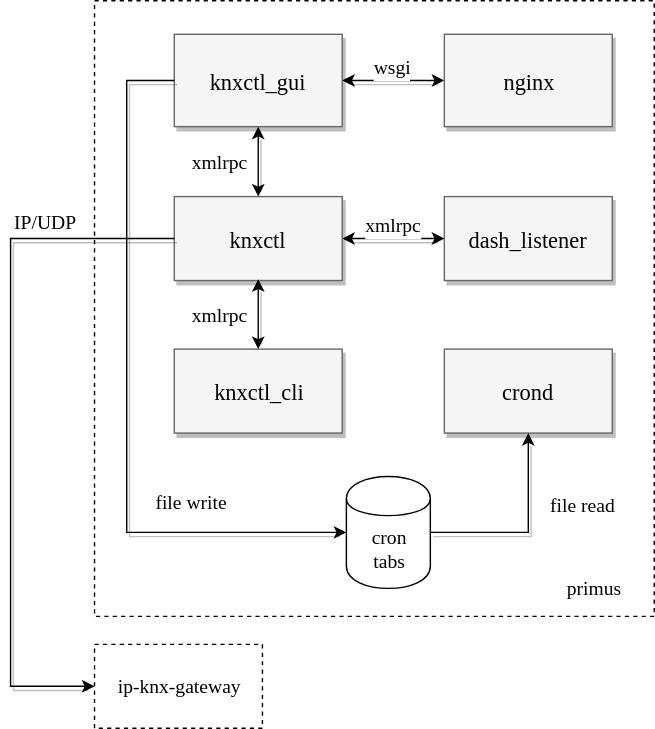
Before: knxctl.svg, a diagram exported from draw.io (majes-github/knxctl). Source tidied: cells renumbered, new cells last; positions are measured from the earlier drawing's top-left corner, leaving out a move shared by most shapes.
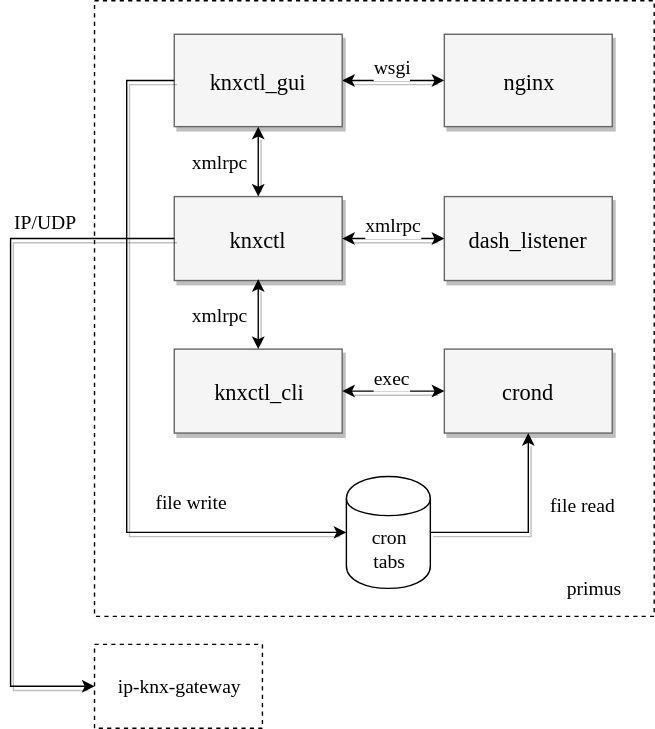
The same diagram one commit later.

The edit, as a diff of the source:
```diff
@@ -127,5 +127,18 @@
         <mxPoint x="62" y="-188" as="offset" />
       </mxGeometry>
     </mxCell>
+    <mxCell id="26" style="edgeStyle=elbowEdgeStyle;rounded=0;html=1;startArrow=classic;startFill=1;jettySize=auto;fontSize=16;elbow=vertical;shadow=1;fontFamily=Tahoma;entryX=0;entryY=0.5;entryDx=0;entryDy=0;exitX=1;exitY=0.5;exitDx=0;exitDy=0;" parent="1" edge="1" source="10" target="14">
+      <mxGeometry relative="1" as="geometry">
+        <Array as="points">
+          <mxPoint x="354" y="279" />
+          <mxPoint x="480" y="295" />
+        </Array>
+      </mxGeometry>
+    </mxCell>
+    <mxCell id="27" value="exec" style="text;html=1;align=center;verticalAlign=middle;labelBackgroundColor=#ffffff;fontFamily=Tahoma;fontSize=14;" parent="26" vertex="1">
+      <mxGeometry x="0.18" y="-37" relative="1" as="geometry">
+        <mxPoint x="-6.5" y="-47" as="offset" />
+      </mxGeometry>
+    </mxCell>
   </root>
 </mxGraphModel>
```
